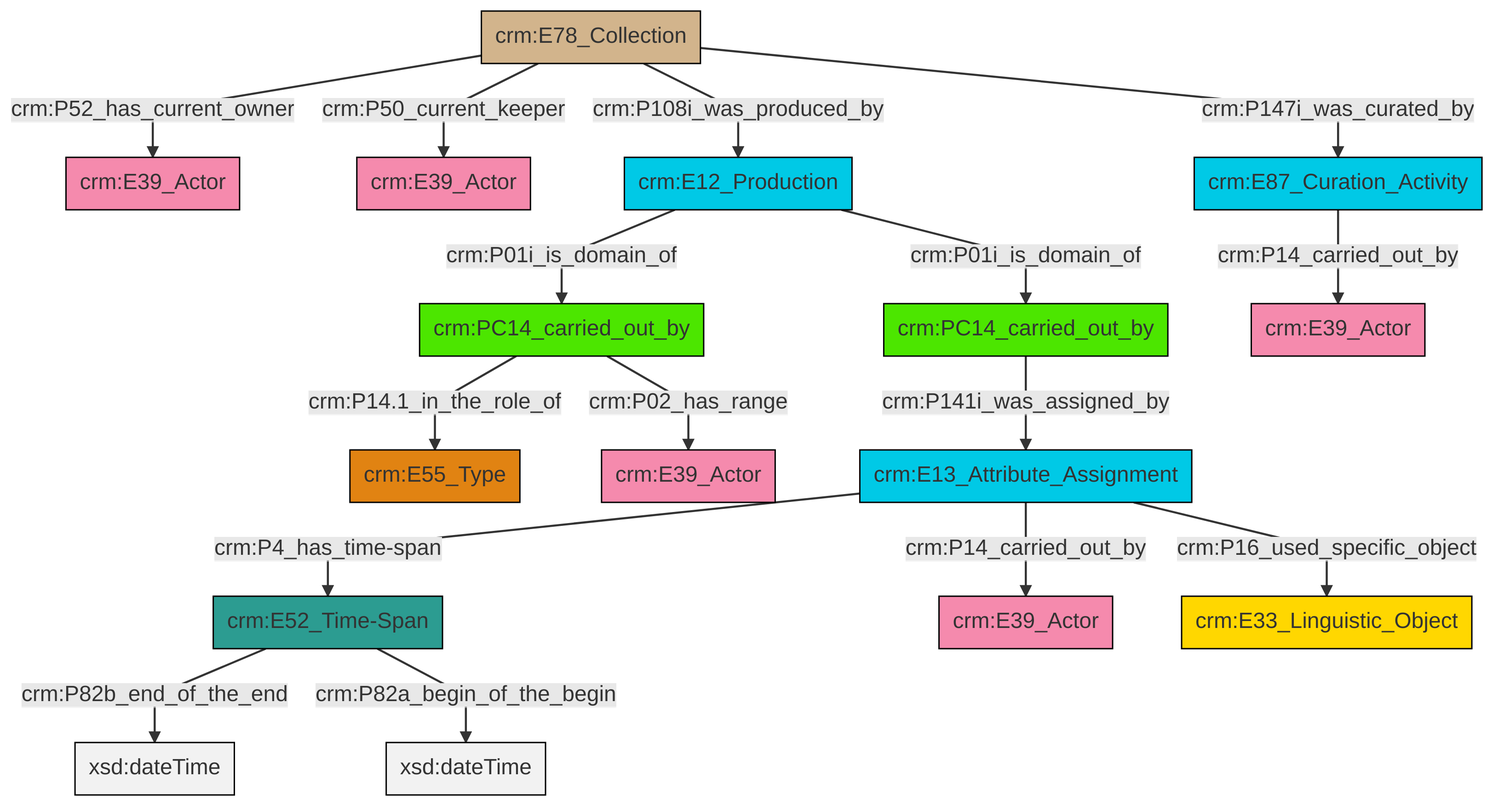
Above: et/archivalCSV/ttl/mmd/png/archival_relation.png in swiss-art-research-net/docs.swissartresearch (Mermaid), before the change. Its source is kept beside it as et/archivalCSV/ttl/mmd/archival_relation.ttl.mmd.
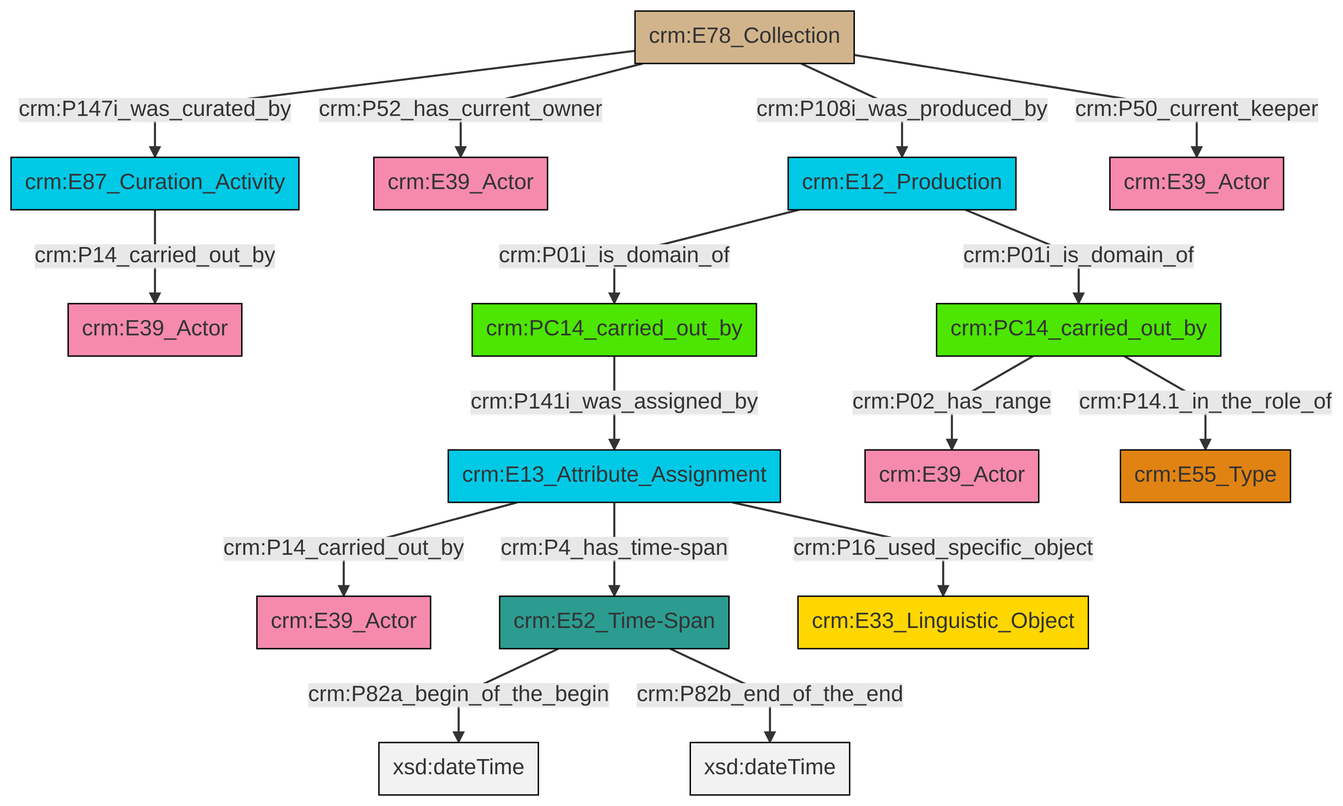
Above is the later version.

The edit, as a diff of the source:
```diff
@@ -13,18 +13,18 @@
 classDef PC_Classes fill:#4ce600, stroke:#000000;
 classDef Multi fill:#cccccc,stroke:#000000;
 
-0["crm:E13_Attribute_Assignment"]:::Temporal_Entity -->|crm:P4_has_time-span| 1["crm:E52_Time-Span"]:::Time-Span
-2["crm:E78_Collection"]:::Physical_Thing -->|crm:P52_has_current_owner| 3["crm:E39_Actor"]:::Actor
-0["crm:E13_Attribute_Assignment"]:::Temporal_Entity -->|crm:P14_carried_out_by| 5["crm:E39_Actor"]:::Actor
-2["crm:E78_Collection"]:::Physical_Thing -->|crm:P50_current_keeper| 6["crm:E39_Actor"]:::Actor
-0["crm:E13_Attribute_Assignment"]:::Temporal_Entity -->|crm:P16_used_specific_object| 7["crm:E33_Linguistic_Object"]:::Conceptual_Object
-2["crm:E78_Collection"]:::Physical_Thing -->|crm:P108i_was_produced_by| 14["crm:E12_Production"]:::Temporal_Entity
-14["crm:E12_Production"]:::Temporal_Entity -->|crm:P01i_is_domain_of| 9["crm:PC14_carried_out_by"]:::PC_Classes
-2["crm:E78_Collection"]:::Physical_Thing -->|crm:P147i_was_curated_by| 20["crm:E87_Curation_Activity"]:::Temporal_Entity
-14["crm:E12_Production"]:::Temporal_Entity -->|crm:P01i_is_domain_of| 22["crm:PC14_carried_out_by"]:::PC_Classes
-1["crm:E52_Time-Span"]:::Time-Span -->|crm:P82b_end_of_the_end| 25[xsd:dateTime]:::Literal
-22["crm:PC14_carried_out_by"]:::PC_Classes -->|crm:P141i_was_assigned_by| 0["crm:E13_Attribute_Assignment"]:::Temporal_Entity
-20["crm:E87_Curation_Activity"]:::Temporal_Entity -->|crm:P14_carried_out_by| 18["crm:E39_Actor"]:::Actor
-9["crm:PC14_carried_out_by"]:::PC_Classes -->|crm:P14.1_in_the_role_of| 23["crm:E55_Type"]:::Type
-9["crm:PC14_carried_out_by"]:::PC_Classes -->|crm:P02_has_range| 27["crm:E39_Actor"]:::Actor
-1["crm:E52_Time-Span"]:::Time-Span -->|crm:P82a_begin_of_the_begin| 29[xsd:dateTime]:::Literal
+2["crm:E13_Attribute_Assignment"]:::Temporal_Entity -->|crm:P14_carried_out_by| 3["crm:E39_Actor"]:::Actor
+11["crm:E12_Production"]:::Temporal_Entity -->|crm:P01i_is_domain_of| 12["crm:PC14_carried_out_by"]:::PC_Classes
+4["crm:E78_Collection"]:::Physical_Thing -->|crm:P147i_was_curated_by| 14["crm:E87_Curation_Activity"]:::Temporal_Entity
+16["crm:E52_Time-Span"]:::Time-Span -->|crm:P82a_begin_of_the_begin| 17[xsd:dateTime]:::Literal
+2["crm:E13_Attribute_Assignment"]:::Temporal_Entity -->|crm:P4_has_time-span| 16["crm:E52_Time-Span"]:::Time-Span
+4["crm:E78_Collection"]:::Physical_Thing -->|crm:P52_has_current_owner| 18["crm:E39_Actor"]:::Actor
+14["crm:E87_Curation_Activity"]:::Temporal_Entity -->|crm:P14_carried_out_by| 6["crm:E39_Actor"]:::Actor
+4["crm:E78_Collection"]:::Physical_Thing -->|crm:P108i_was_produced_by| 11["crm:E12_Production"]:::Temporal_Entity
+2["crm:E13_Attribute_Assignment"]:::Temporal_Entity -->|crm:P16_used_specific_object| 8["crm:E33_Linguistic_Object"]:::Conceptual_Object
+4["crm:E78_Collection"]:::Physical_Thing -->|crm:P50_current_keeper| 25["crm:E39_Actor"]:::Actor
+11["crm:E12_Production"]:::Temporal_Entity -->|crm:P01i_is_domain_of| 0["crm:PC14_carried_out_by"]:::PC_Classes
+16["crm:E52_Time-Span"]:::Time-Span -->|crm:P82b_end_of_the_end| 28[xsd:dateTime]:::Literal
+0["crm:PC14_carried_out_by"]:::PC_Classes -->|crm:P02_has_range| 23["crm:E39_Actor"]:::Actor
+12["crm:PC14_carried_out_by"]:::PC_Classes -->|crm:P141i_was_assigned_by| 2["crm:E13_Attribute_Assignment"]:::Temporal_Entity
+0["crm:PC14_carried_out_by"]:::PC_Classes -->|crm:P14.1_in_the_role_of| 20["crm:E55_Type"]:::Type
```
